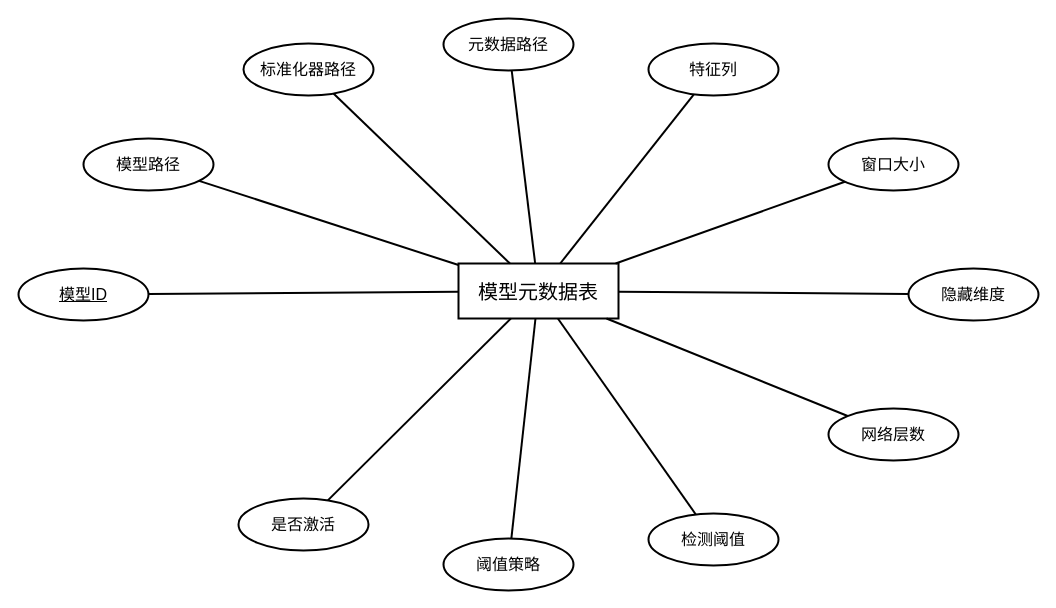
The draw.io diagram pictures_drawio/模型元数据表E-R图.drawio in solisW/my_thesis_system, before the edit. Source tidied: cells renumbered, new cells numbered last; positions are measured from the earlier drawing's top-left corner, leaving out a move shared by most shapes. Both pictures are drawn from the tidied source at 100%, with x=0, y=0 at pixel (18, 18).
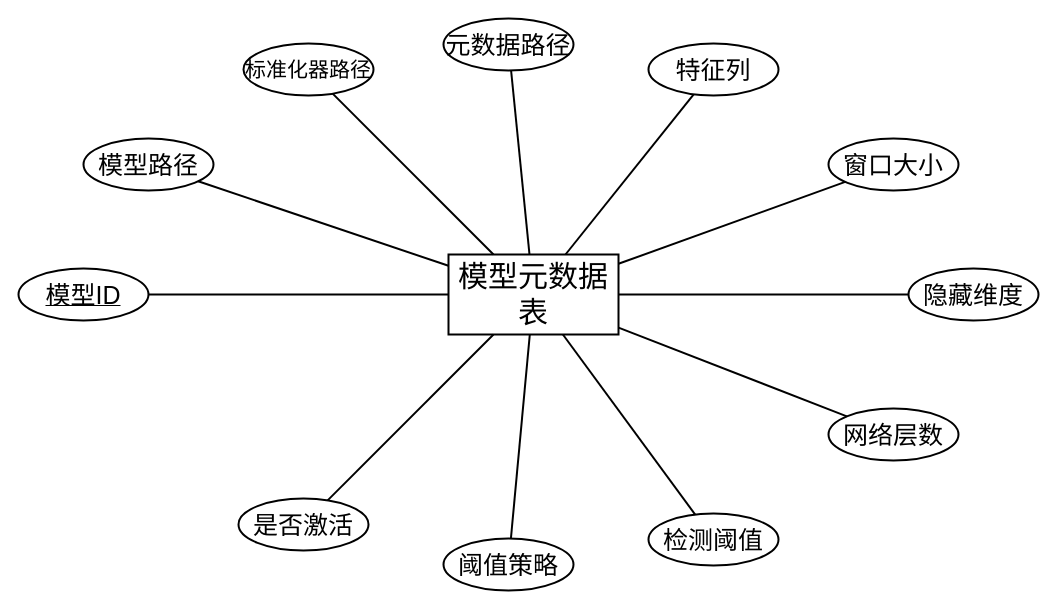
The same page after the edit.

Change to the diagram source:
```diff
@@
-    <mxCell id="2" value="模型元数据表" style="rounded=0;whiteSpace=wrap;html=1;fillColor=#ffffff;strokeColor=#000000;strokeWidth=2;fontSize=20;" parent="1" vertex="1">
-      <mxGeometry x="440" y="245" width="160" height="55" as="geometry" />
+    <mxCell id="2" value="&lt;font style=&quot;font-size: 30px;&quot;&gt;模型元数据表&lt;/font&gt;" style="rounded=0;whiteSpace=wrap;html=1;fillColor=#ffffff;strokeColor=#000000;strokeWidth=2;fontSize=20;" parent="1" vertex="1">
+      <mxGeometry x="430" y="236" width="170" height="80" as="geometry" />
     </mxCell>
-    <mxCell id="3" value="&lt;u&gt;模型ID&lt;/u&gt;" style="ellipse;whiteSpace=wrap;html=1;fillColor=#ffffff;strokeColor=#000000;strokeWidth=2;fontSize=16;" parent="1" vertex="1">
+    <mxCell id="3" value="&lt;u&gt;&lt;font style=&quot;font-size: 25px;&quot;&gt;模型ID&lt;/font&gt;&lt;/u&gt;" style="ellipse;whiteSpace=wrap;html=1;fillColor=#ffffff;strokeColor=#000000;strokeWidth=2;fontSize=16;" parent="1" vertex="1">
       <mxGeometry y="250" width="130" height="52" as="geometry" />
     </mxCell>
@@
-    <mxCell id="5" value="模型路径" style="ellipse;whiteSpace=wrap;html=1;fillColor=#ffffff;strokeColor=#000000;strokeWidth=2;fontSize=16;" parent="1" vertex="1">
+    <mxCell id="5" value="&lt;font style=&quot;font-size: 25px;&quot;&gt;模型路径&lt;/font&gt;" style="ellipse;whiteSpace=wrap;html=1;fillColor=#ffffff;strokeColor=#000000;strokeWidth=2;fontSize=16;" parent="1" vertex="1">
       <mxGeometry x="65" y="120" width="130" height="52" as="geometry" />
     </mxCell>
@@
-    <mxCell id="7" value="标准化器路径" style="ellipse;whiteSpace=wrap;html=1;fillColor=#ffffff;strokeColor=#000000;strokeWidth=2;fontSize=16;" parent="1" vertex="1">
+    <mxCell id="7" value="&lt;font style=&quot;font-size: 21px;&quot;&gt;标准化器路径&lt;/font&gt;" style="ellipse;whiteSpace=wrap;html=1;fillColor=#ffffff;strokeColor=#000000;strokeWidth=2;fontSize=16;" parent="1" vertex="1">
       <mxGeometry x="225" y="25" width="130" height="52" as="geometry" />
     </mxCell>
@@
-    <mxCell id="9" value="元数据路径" style="ellipse;whiteSpace=wrap;html=1;fillColor=#ffffff;strokeColor=#000000;strokeWidth=2;fontSize=16;" parent="1" vertex="1">
+    <mxCell id="9" value="&lt;font style=&quot;font-size: 25px;&quot;&gt;元数据路径&lt;/font&gt;" style="ellipse;whiteSpace=wrap;html=1;fillColor=#ffffff;strokeColor=#000000;strokeWidth=2;fontSize=16;" parent="1" vertex="1">
       <mxGeometry x="425" width="130" height="52" as="geometry" />
     </mxCell>
@@
-    <mxCell id="11" value="特征列" style="ellipse;whiteSpace=wrap;html=1;fillColor=#ffffff;strokeColor=#000000;strokeWidth=2;fontSize=16;" parent="1" vertex="1">
+    <mxCell id="11" value="&lt;font style=&quot;font-size: 25px;&quot;&gt;特征列&lt;/font&gt;" style="ellipse;whiteSpace=wrap;html=1;fillColor=#ffffff;strokeColor=#000000;strokeWidth=2;fontSize=16;" parent="1" vertex="1">
       <mxGeometry x="630" y="25" width="130" height="52" as="geometry" />
     </mxCell>
@@
-    <mxCell id="13" value="窗口大小" style="ellipse;whiteSpace=wrap;html=1;fillColor=#ffffff;strokeColor=#000000;strokeWidth=2;fontSize=16;" parent="1" vertex="1">
+    <mxCell id="13" value="&lt;font style=&quot;font-size: 25px;&quot;&gt;窗口大小&lt;/font&gt;" style="ellipse;whiteSpace=wrap;html=1;fillColor=#ffffff;strokeColor=#000000;strokeWidth=2;fontSize=16;" parent="1" vertex="1">
       <mxGeometry x="810" y="120" width="130" height="52" as="geometry" />
     </mxCell>
@@
-    <mxCell id="15" value="隐藏维度" style="ellipse;whiteSpace=wrap;html=1;fillColor=#ffffff;strokeColor=#000000;strokeWidth=2;fontSize=16;" parent="1" vertex="1">
+    <mxCell id="15" value="&lt;font style=&quot;font-size: 25px;&quot;&gt;隐藏维度&lt;/font&gt;" style="ellipse;whiteSpace=wrap;html=1;fillColor=#ffffff;strokeColor=#000000;strokeWidth=2;fontSize=16;" parent="1" vertex="1">
       <mxGeometry x="890" y="250" width="130" height="52" as="geometry" />
     </mxCell>
@@
-    <mxCell id="17" value="网络层数" style="ellipse;whiteSpace=wrap;html=1;fillColor=#ffffff;strokeColor=#000000;strokeWidth=2;fontSize=16;" parent="1" vertex="1">
+    <mxCell id="17" value="&lt;font style=&quot;font-size: 25px;&quot;&gt;网络层数&lt;/font&gt;" style="ellipse;whiteSpace=wrap;html=1;fillColor=#ffffff;strokeColor=#000000;strokeWidth=2;fontSize=16;" parent="1" vertex="1">
       <mxGeometry x="810" y="390" width="130" height="52" as="geometry" />
     </mxCell>
@@
-    <mxCell id="19" value="检测阈值" style="ellipse;whiteSpace=wrap;html=1;fillColor=#ffffff;strokeColor=#000000;strokeWidth=2;fontSize=16;" parent="1" vertex="1">
+    <mxCell id="19" value="&lt;font style=&quot;font-size: 25px;&quot;&gt;检测阈值&lt;/font&gt;" style="ellipse;whiteSpace=wrap;html=1;fillColor=#ffffff;strokeColor=#000000;strokeWidth=2;fontSize=16;" parent="1" vertex="1">
       <mxGeometry x="630" y="495" width="130" height="52" as="geometry" />
     </mxCell>
@@
-    <mxCell id="21" value="阈值策略" style="ellipse;whiteSpace=wrap;html=1;fillColor=#ffffff;strokeColor=#000000;strokeWidth=2;fontSize=16;" parent="1" vertex="1">
+    <mxCell id="21" value="&lt;font style=&quot;font-size: 25px;&quot;&gt;阈值策略&lt;/font&gt;" style="ellipse;whiteSpace=wrap;html=1;fillColor=#ffffff;strokeColor=#000000;strokeWidth=2;fontSize=16;" parent="1" vertex="1">
       <mxGeometry x="425" y="520" width="130" height="52" as="geometry" />
     </mxCell>
@@
-    <mxCell id="23" value="是否激活" style="ellipse;whiteSpace=wrap;html=1;fillColor=#ffffff;strokeColor=#000000;strokeWidth=2;fontSize=16;" parent="1" vertex="1">
+    <mxCell id="23" value="&lt;font style=&quot;font-size: 25px;&quot;&gt;是否激活&lt;/font&gt;" style="ellipse;whiteSpace=wrap;html=1;fillColor=#ffffff;strokeColor=#000000;strokeWidth=2;fontSize=16;" parent="1" vertex="1">
       <mxGeometry x="220" y="480" width="130" height="52" as="geometry" />
     </mxCell>
```
